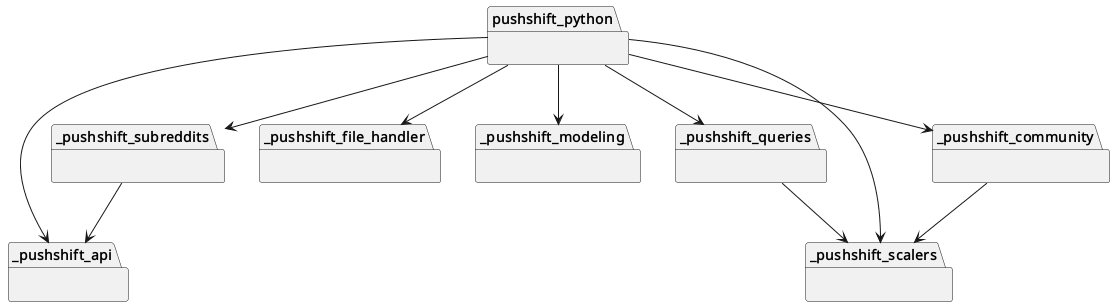
The PlantUML diagram docs/diagrams/python-packages.puml.png in casonk/pushshift_python, before a commit.
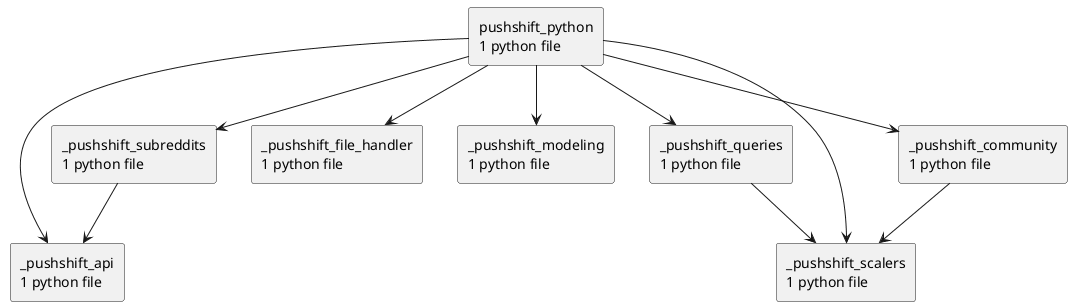
The same file after the commit.

Commit message:
docs: refresh python sidecar diagrams

Diff of the diagram source:
```diff
@@ -1,21 +1,15 @@
 @startuml packages_pushshift_python
 set namespaceSeparator none
-package "_pushshift_api" as _pushshift_api {
-}
-package "_pushshift_community" as _pushshift_community {
-}
-package "_pushshift_file_handler" as _pushshift_file_handler {
-}
-package "_pushshift_modeling" as _pushshift_modeling {
-}
-package "_pushshift_queries" as _pushshift_queries {
-}
-package "_pushshift_scalers" as _pushshift_scalers {
-}
-package "_pushshift_subreddits" as _pushshift_subreddits {
-}
-package "pushshift_python" as pushshift_python {
-}
+top to bottom direction
+skinparam componentStyle rectangle
+rectangle "_pushshift_api\n1 python file" as _pushshift_api
+rectangle "_pushshift_community\n1 python file" as _pushshift_community
+rectangle "_pushshift_file_handler\n1 python file" as _pushshift_file_handler
+rectangle "_pushshift_modeling\n1 python file" as _pushshift_modeling
+rectangle "_pushshift_queries\n1 python file" as _pushshift_queries
+rectangle "_pushshift_scalers\n1 python file" as _pushshift_scalers
+rectangle "_pushshift_subreddits\n1 python file" as _pushshift_subreddits
+rectangle "pushshift_python\n1 python file" as pushshift_python
 _pushshift_community --> _pushshift_scalers
 _pushshift_queries --> _pushshift_scalers
 _pushshift_subreddits --> _pushshift_api
```
